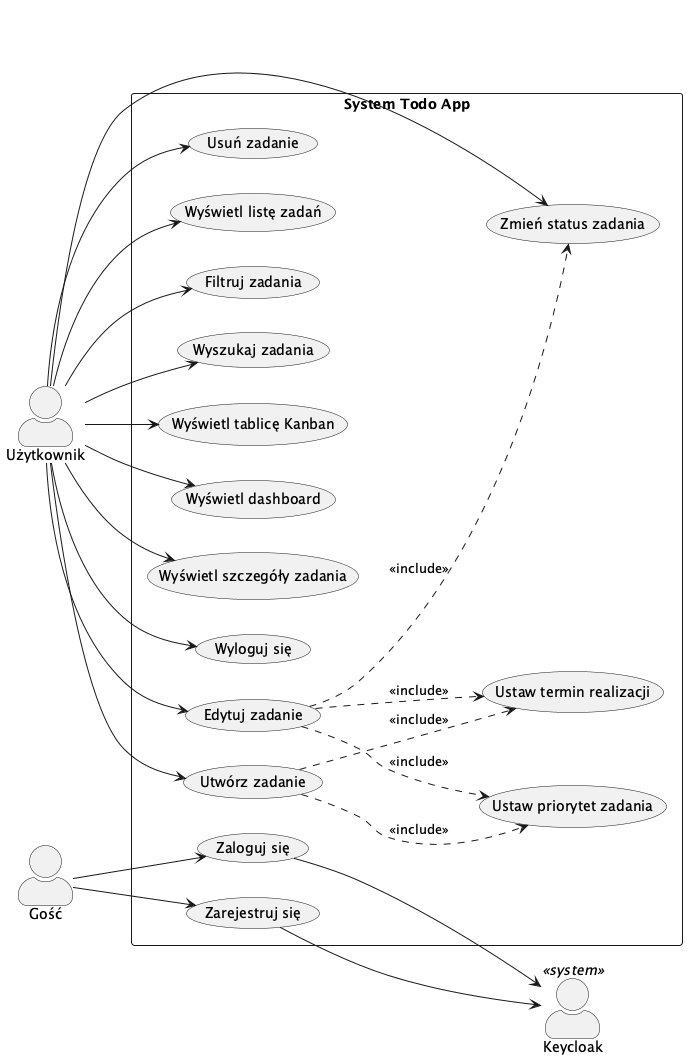
The PlantUML diagram diagrams/przypadki_uzycia.png in codingbart/todoapp, before a commit. The source it was exported from:
```plantuml
@startuml
left to right direction
skinparam actorStyle awesome

actor "Użytkownik" as User
actor "Gość" as Guest
actor "Keycloak" as KC <<system>>

rectangle "System Todo App" {
    usecase "Zaloguj się" as UC1
    usecase "Zarejestruj się" as UC2
    usecase "Wyloguj się" as UC3
    usecase "Utwórz zadanie" as UC4
    usecase "Edytuj zadanie" as UC5
    usecase "Usuń zadanie" as UC6
    usecase "Wyświetl listę zadań" as UC7
    usecase "Filtruj zadania" as UC8
    usecase "Wyszukaj zadania" as UC9
    usecase "Wyświetl tablicę Kanban" as UC10
    usecase "Wyświetl dashboard" as UC11
    usecase "Wyświetl szczegóły zadania" as UC12
    usecase "Zmień status zadania" as UC13
    usecase "Ustaw priorytet zadania" as UC14
    usecase "Ustaw termin realizacji" as UC15
}

Guest --> UC1
Guest --> UC2

User --> UC3
User --> UC4
User --> UC5
User --> UC6
User --> UC7
User --> UC8
User --> UC9
User --> UC10
User --> UC11
User --> UC12
User --> UC13

UC4 ..> UC14 : <<include>>
UC4 ..> UC15 : <<include>>
UC5 ..> UC13 : <<include>>
UC5 ..> UC14 : <<include>>
UC5 ..> UC15 : <<include>>

UC1 --> KC
UC2 --> KC

@enduml
```
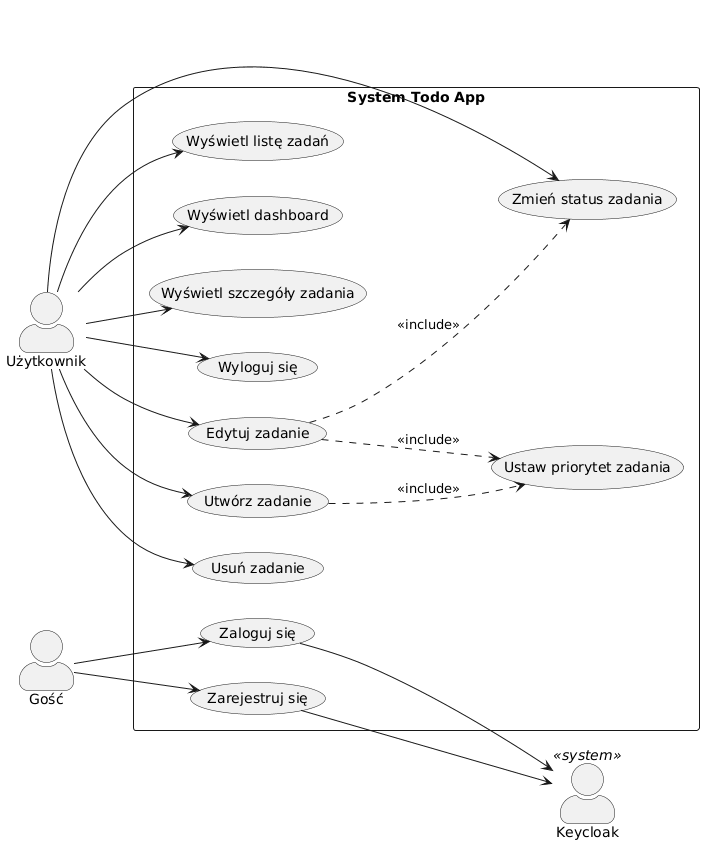
The same file after the commit.

Diff of the diagram source:
```diff
@@ -14,14 +14,10 @@
     usecase "Edytuj zadanie" as UC5
     usecase "Usuń zadanie" as UC6
     usecase "Wyświetl listę zadań" as UC7
-    usecase "Filtruj zadania" as UC8
-    usecase "Wyszukaj zadania" as UC9
-    usecase "Wyświetl tablicę Kanban" as UC10
     usecase "Wyświetl dashboard" as UC11
     usecase "Wyświetl szczegóły zadania" as UC12
     usecase "Zmień status zadania" as UC13
     usecase "Ustaw priorytet zadania" as UC14
-    usecase "Ustaw termin realizacji" as UC15
 }
 
 Guest --> UC1
@@ -32,18 +28,13 @@
 User --> UC5
 User --> UC6
 User --> UC7
-User --> UC8
-User --> UC9
-User --> UC10
 User --> UC11
 User --> UC12
 User --> UC13
 
 UC4 ..> UC14 : <<include>>
-UC4 ..> UC15 : <<include>>
 UC5 ..> UC13 : <<include>>
 UC5 ..> UC14 : <<include>>
-UC5 ..> UC15 : <<include>>
 
 UC1 --> KC
 UC2 --> KC
```
